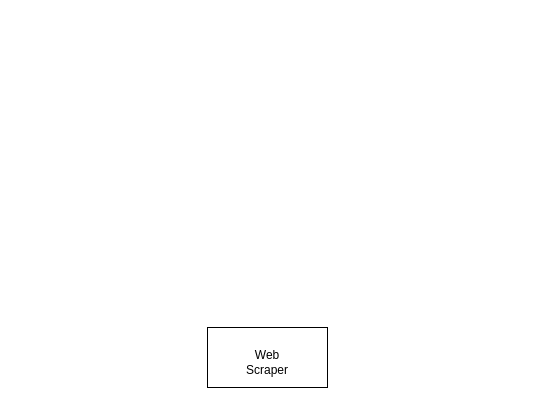
AAlkiyumi/Senior-Design-Project keeps this draw.io diagram as Design Diagrams/D0.drawio. Above is the earlier version. Source tidied: cells renumbered, new cells numbered last; positions are measured from the earlier drawing's top-left corner, leaving out a move shared by most shapes. Both pictures are drawn from the tidied source at 100%, with x=0, y=0 at pixel (207, 327).
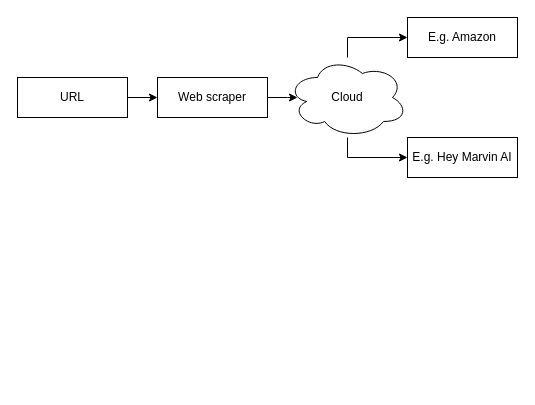
The same diagram, later.

The edit, as a diff of the source:
```diff
@@
 <mxGraphModel>
   <root>
     <mxCell id="0" />
     <mxCell id="1" parent="0" />
-    <mxCell id="2" style="rounded=0;whiteSpace=wrap;html=1;" parent="1" vertex="1">
-      <mxGeometry width="120" height="60" as="geometry" />
-    </mxCell>
-    <mxCell id="3" value="Web Scraper" style="text;html=1;align=center;verticalAlign=middle;whiteSpace=wrap;rounded=0;" parent="1" vertex="1">
-      <mxGeometry x="30" y="20" width="60" height="30" as="geometry" />
-    </mxCell>
+    <mxCell id="4" style="edgeStyle=orthogonalEdgeStyle;rounded=0;jettySize=auto;html=1;entryX=0;entryY=0.5;entryDx=0;entryDy=0;" parent="1" edge="1" source="5" target="7">
+      <mxGeometry relative="1" as="geometry" />
+    </mxCell>
+    <mxCell id="5" value="URL" style="rounded=0;whiteSpace=wrap;html=1;" parent="1" vertex="1">
+      <mxGeometry x="-190" y="-250" width="110" height="40" as="geometry" />
+    </mxCell>
+    <mxCell id="6" style="edgeStyle=orthogonalEdgeStyle;rounded=0;jettySize=auto;html=1;" parent="1" edge="1" source="7">
+      <mxGeometry relative="1" as="geometry">
+        <mxPoint x="90" y="-230" as="targetPoint" />
+      </mxGeometry>
+    </mxCell>
+    <mxCell id="7" value="Web scraper" style="rounded=0;whiteSpace=wrap;html=1;" parent="1" vertex="1">
+      <mxGeometry x="-50" y="-250" width="110" height="40" as="geometry" />
+    </mxCell>
+    <mxCell id="8" style="edgeStyle=orthogonalEdgeStyle;rounded=0;jettySize=auto;html=1;entryX=0;entryY=0.5;entryDx=0;entryDy=0;" parent="1" edge="1" source="10" target="11">
+      <mxGeometry relative="1" as="geometry" />
+    </mxCell>
+    <mxCell id="9" style="edgeStyle=orthogonalEdgeStyle;rounded=0;jettySize=auto;html=1;entryX=0;entryY=0.5;entryDx=0;entryDy=0;" parent="1" edge="1" source="10" target="12">
+      <mxGeometry relative="1" as="geometry" />
+    </mxCell>
+    <mxCell id="10" value="Cloud" style="ellipse;shape=cloud;whiteSpace=wrap;html=1;" parent="1" vertex="1">
+      <mxGeometry x="80" y="-270" width="120" height="80" as="geometry" />
+    </mxCell>
+    <mxCell id="11" value="E.g. Amazon" style="rounded=0;whiteSpace=wrap;html=1;" parent="1" vertex="1">
+      <mxGeometry x="200" y="-310" width="110" height="40" as="geometry" />
+    </mxCell>
+    <mxCell id="12" value="E.g. Hey Marvin AI" style="rounded=0;whiteSpace=wrap;html=1;" parent="1" vertex="1">
+      <mxGeometry x="200" y="-190" width="110" height="40" as="geometry" />
+    </mxCell>
   </root>
 </mxGraphModel>
```
